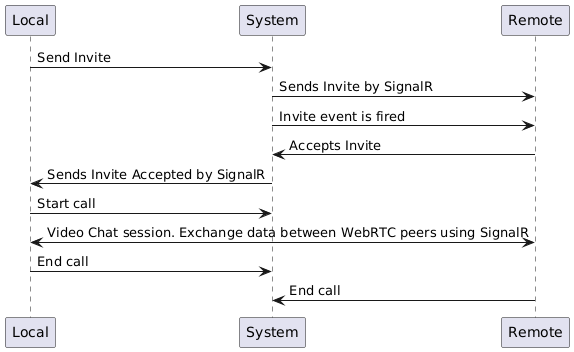
The PlantUML diagram Docs/VideoChatSequenceDiagram.png in VeritasSoftware/WebRTC, before a commit.
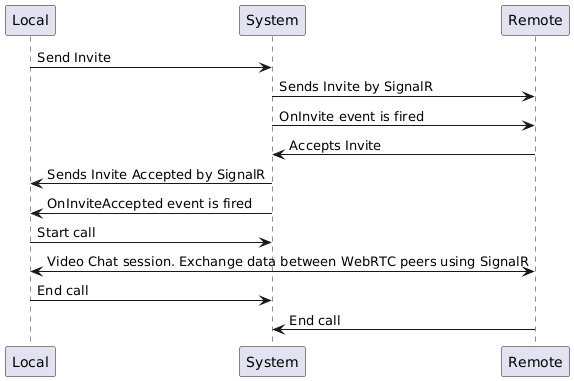
Above is the later version.

Change to the diagram source:
```diff
@@ -1,9 +1,10 @@
 @startuml
 Local -> System: Send Invite
 System -> Remote: Sends Invite by SignalR
-System -> Remote: Invite event is fired
+System -> Remote: OnInvite event is fired
 Remote -> System: Accepts Invite
 System -> Local: Sends Invite Accepted by SignalR
+System -> Local: OnInviteAccepted event is fired
 Local -> System: Start call
 Local <-> Remote: Video Chat session. Exchange data between WebRTC peers using SignalR
 Local -> System: End call
```
